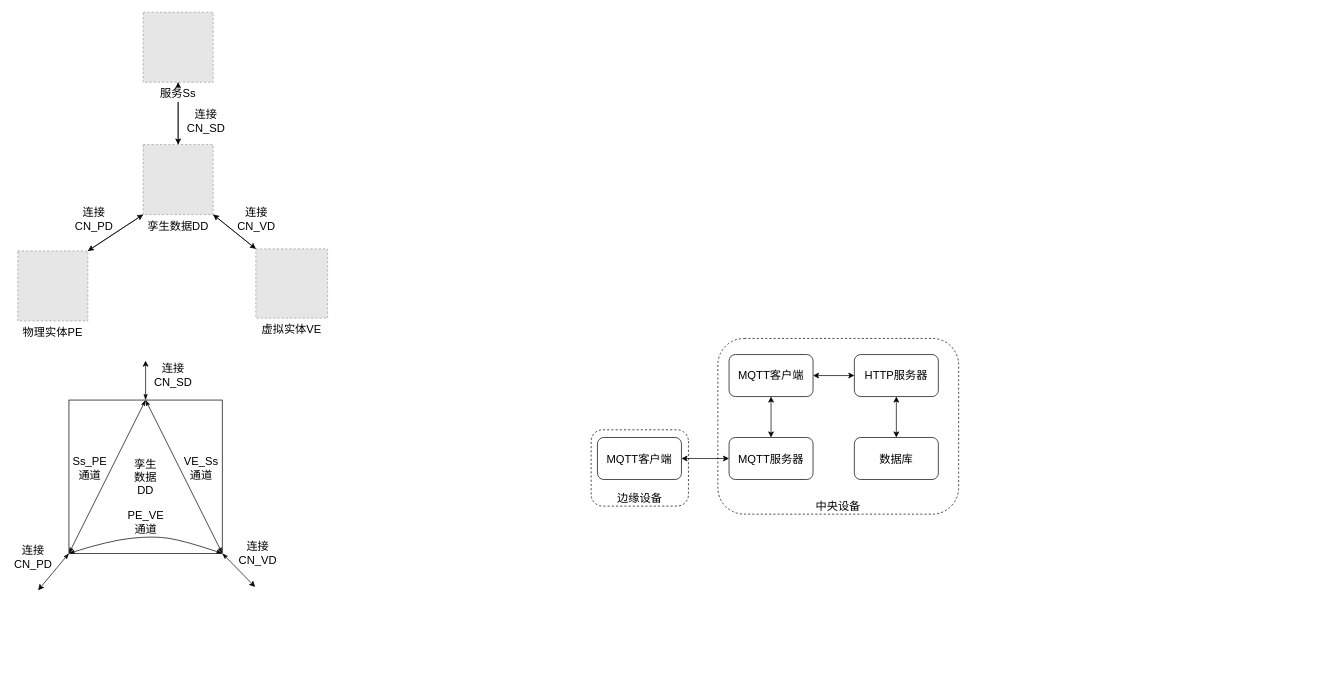
The draw.io diagram 数字孪生模型.drawio in lilingkang/drawio-files, before the edit. Source tidied: cells renumbered, new cells numbered last; positions are measured from the earlier drawing's top-left corner, leaving out a move shared by most shapes. Both pictures are drawn from the tidied source at 70%, with x=0, y=0 at pixel (12, 12). Pictures stored in the file or linked from it are replaced by grey dashed boxes.
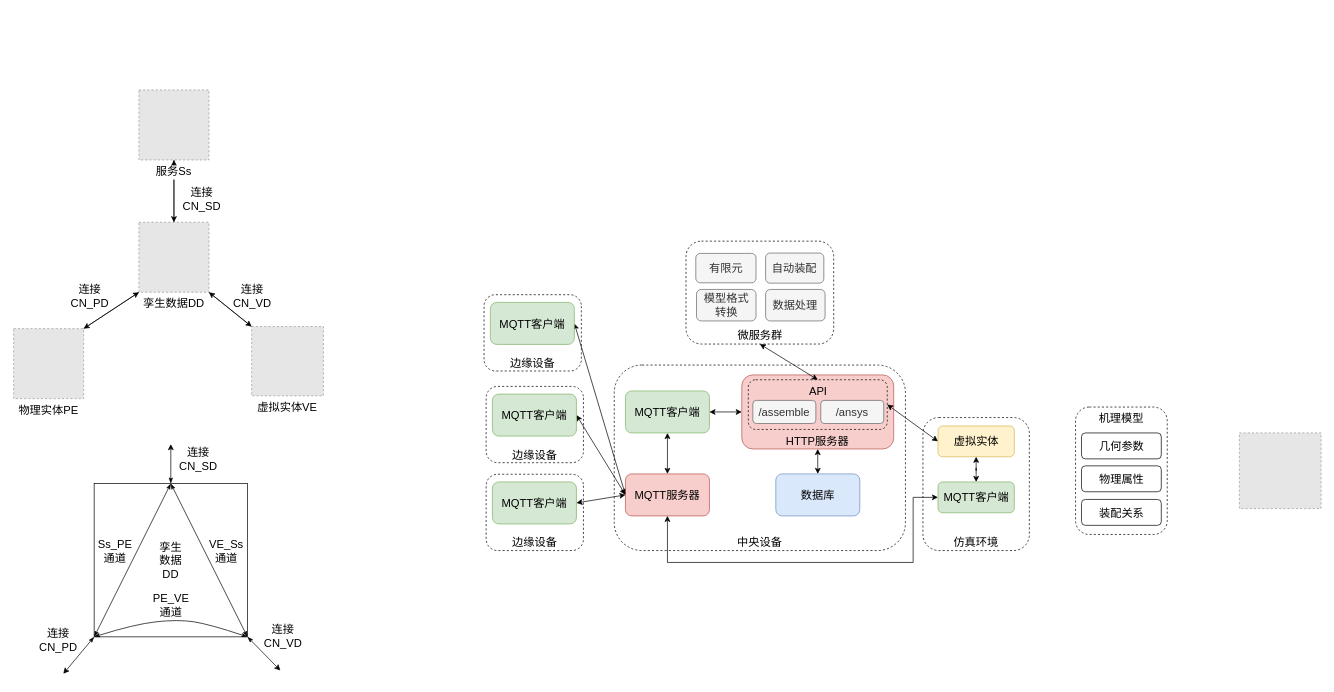
The same diagram, later.

Commit message:
更新数字孪生模型.drawio

The edit, as a diff of the source:
```diff
@@
     <mxCell id="2" value="&lt;font style=&quot;font-size: 16px;&quot;&gt;边缘设备&lt;/font&gt;" style="rounded=1;whiteSpace=wrap;html=1;direction=south;dashed=1;verticalAlign=bottom;" parent="1" vertex="1">
-      <mxGeometry x="827" y="596.5" width="139" height="109" as="geometry" />
+      <mxGeometry x="674" y="403.5" width="139" height="109" as="geometry" />
     </mxCell>
     <mxCell id="3" value="中央设备" style="rounded=1;whiteSpace=wrap;html=1;fontSize=16;verticalAlign=bottom;dashed=1;" parent="1" vertex="1">
-      <mxGeometry x="1008" y="466" width="344" height="251" as="geometry" />
+      <mxGeometry x="860" y="504" width="416" height="265" as="geometry" />
     </mxCell>
@@
     <mxCell id="5" value="物理实体PE" style="fillColor=#E6E6E6;strokeColor=#999999;dashed=1;verticalLabelPosition=bottom;verticalAlign=top;fontStyle=0;fontSize=16;" parent="1" vertex="1">
-      <mxGeometry x="8" y="341" width="100" height="100" as="geometry" />
+      <mxGeometry x="2" y="452" width="100" height="100" as="geometry" />
     </mxCell>
@@
     <mxCell id="9" value="孪生数据DD" style="fillColor=#E6E6E6;strokeColor=#999999;dashed=1;verticalLabelPosition=bottom;verticalAlign=top;fontSize=16;" parent="1" vertex="1">
-      <mxGeometry x="187" y="189" width="100" height="100" as="geometry" />
+      <mxGeometry x="181" y="300" width="100" height="100" as="geometry" />
     </mxCell>
@@
     <mxCell id="11" value="虚拟实体VE" style="fillColor=#E6E6E6;strokeColor=#999999;dashed=1;verticalLabelPosition=bottom;labelBackgroundColor=default;verticalAlign=top;fontSize=16;" parent="1" vertex="1">
-      <mxGeometry x="348" y="338" width="102.5" height="99" as="geometry" />
+      <mxGeometry x="342" y="449" width="102.5" height="99" as="geometry" />
     </mxCell>
@@
     <mxCell id="13" value="服务Ss" style="fillColor=#E6E6E6;strokeColor=#999999;dashed=1;verticalLabelPosition=bottom;labelBackgroundColor=default;verticalAlign=top;fontSize=16;" parent="1" vertex="1">
-      <mxGeometry x="187" width="100" height="100" as="geometry" />
+      <mxGeometry x="181" y="111" width="100" height="100" as="geometry" />
     </mxCell>
     <mxCell id="14" value="连接CN_PD" style="text;html=1;strokeColor=none;fillColor=none;align=center;verticalAlign=middle;whiteSpace=wrap;rounded=0;strokeWidth=1;fontSize=16;" parent="1" vertex="1">
-      <mxGeometry x="87" y="280" width="60" height="30" as="geometry" />
+      <mxGeometry x="81" y="391" width="60" height="30" as="geometry" />
     </mxCell>
     <mxCell id="15" value="连接CN_VD" style="text;html=1;strokeColor=none;fillColor=none;align=center;verticalAlign=middle;whiteSpace=wrap;rounded=0;strokeWidth=1;fontSize=16;" parent="1" vertex="1">
-      <mxGeometry x="319" y="280" width="60" height="30" as="geometry" />
+      <mxGeometry x="313" y="391" width="60" height="30" as="geometry" />
     </mxCell>
     <mxCell id="16" value="连接CN_SD" style="text;html=1;strokeColor=none;fillColor=none;align=center;verticalAlign=middle;whiteSpace=wrap;rounded=0;strokeWidth=1;fontSize=16;" parent="1" vertex="1">
-      <mxGeometry x="247" y="141" width="60" height="30" as="geometry" />
+      <mxGeometry x="241" y="252" width="60" height="30" as="geometry" />
     </mxCell>
     <mxCell id="17" style="edgeStyle=none;rounded=0;jettySize=auto;html=1;fontSize=16;startArrow=classicThin;startFill=1;endArrow=classic;endFill=1;" parent="1" edge="1" source="20">
       <mxGeometry relative="1" as="geometry">
-        <mxPoint x="190.5" y="497.7" as="targetPoint" />
+        <mxPoint x="226.5" y="617" as="targetPoint" />
       </mxGeometry>
     </mxCell>
     <mxCell id="18" style="edgeStyle=none;rounded=0;jettySize=auto;html=1;exitX=1;exitY=1;exitDx=0;exitDy=0;fontSize=16;startArrow=classicThin;startFill=1;endArrow=classic;endFill=1;" parent="1" edge="1" source="20">
       <mxGeometry relative="1" as="geometry">
-        <mxPoint x="347" y="821" as="targetPoint" />
+        <mxPoint x="383" y="940.3" as="targetPoint" />
       </mxGeometry>
     </mxCell>
     <mxCell id="19" style="edgeStyle=none;rounded=0;jettySize=auto;html=1;exitX=0;exitY=1;exitDx=0;exitDy=0;fontSize=16;startArrow=classicThin;startFill=1;endArrow=classic;endFill=1;" parent="1" edge="1" source="20">
       <mxGeometry relative="1" as="geometry">
-        <mxPoint x="37" y="825.7" as="targetPoint" />
+        <mxPoint x="73" y="945" as="targetPoint" />
       </mxGeometry>
     </mxCell>
     <mxCell id="20" value="孪生&lt;br&gt;数据&lt;br&gt;DD" style="whiteSpace=wrap;html=1;strokeWidth=1;fontSize=16;" parent="1" vertex="1">
-      <mxGeometry x="81" y="554" width="219" height="219" as="geometry" />
+      <mxGeometry x="117" y="673.3" width="219" height="219" as="geometry" />
     </mxCell>
@@
     <mxCell id="23" style="curved=1;endArrow=classicThin;html=1;rounded=0;fontSize=16;exitX=0;exitY=1;exitDx=0;exitDy=0;entryX=1;entryY=1;entryDx=0;entryDy=0;endFill=1;startArrow=classicThin;startFill=1;" parent="1" edge="1" source="20" target="20">
       <mxGeometry relative="1" as="geometry">
         <Array as="points">
-          <mxPoint x="138" y="755" />
-          <mxPoint x="201" y="748" />
-          <mxPoint x="246" y="755" />
+          <mxPoint x="174" y="874.3" />
+          <mxPoint x="237" y="867.3" />
+          <mxPoint x="282" y="874.3" />
         </Array>
       </mxGeometry>
     </mxCell>
     <mxCell id="24" value="Ss_PE通道" style="text;html=1;strokeColor=none;fillColor=none;align=center;verticalAlign=middle;whiteSpace=wrap;rounded=0;strokeWidth=1;fontSize=16;" parent="1" vertex="1">
-      <mxGeometry x="81" y="636" width="60" height="30" as="geometry" />
+      <mxGeometry x="117" y="755.3" width="60" height="30" as="geometry" />
     </mxCell>
     <mxCell id="25" value="PE_VE通道" style="text;html=1;strokeColor=none;fillColor=none;align=center;verticalAlign=middle;whiteSpace=wrap;rounded=0;strokeWidth=1;fontSize=16;" parent="1" vertex="1">
-      <mxGeometry x="160.5" y="713" width="60" height="30" as="geometry" />
+      <mxGeometry x="196.5" y="832.3" width="60" height="30" as="geometry" />
     </mxCell>
     <mxCell id="26" value="VE_Ss通道" style="text;html=1;strokeColor=none;fillColor=none;align=center;verticalAlign=middle;whiteSpace=wrap;rounded=0;strokeWidth=1;fontSize=16;" parent="1" vertex="1">
-      <mxGeometry x="240" y="636" width="60" height="30" as="geometry" />
+      <mxGeometry x="276" y="755.3" width="60" height="30" as="geometry" />
     </mxCell>
     <mxCell id="27" value="连接CN_PD" style="text;html=1;strokeColor=none;fillColor=none;align=center;verticalAlign=middle;whiteSpace=wrap;rounded=0;strokeWidth=1;fontSize=16;" parent="1" vertex="1">
-      <mxGeometry y="763" width="60" height="30" as="geometry" />
+      <mxGeometry x="36" y="882.3" width="60" height="30" as="geometry" />
     </mxCell>
     <mxCell id="28" value="连接CN_VD" style="text;html=1;strokeColor=none;fillColor=none;align=center;verticalAlign=middle;whiteSpace=wrap;rounded=0;strokeWidth=1;fontSize=16;" parent="1" vertex="1">
-      <mxGeometry x="321" y="758" width="60" height="30" as="geometry" />
+      <mxGeometry x="357" y="877.3" width="60" height="30" as="geometry" />
     </mxCell>
     <mxCell id="29" value="连接CN_SD" style="text;html=1;strokeColor=none;fillColor=none;align=center;verticalAlign=middle;whiteSpace=wrap;rounded=0;strokeWidth=1;fontSize=16;" parent="1" vertex="1">
-      <mxGeometry x="200" y="504" width="60" height="30" as="geometry" />
+      <mxGeometry x="236" y="623.3" width="60" height="30" as="geometry" />
     </mxCell>
-    <mxCell id="30" style="edgeStyle=orthogonalEdgeStyle;rounded=0;jettySize=auto;html=1;entryX=0;entryY=0.5;entryDx=0;entryDy=0;fontSize=16;startArrow=classic;startFill=1;" parent="1" edge="1" source="38" target="31">
+    <mxCell id="30" style="rounded=0;jettySize=auto;html=1;entryX=0;entryY=0.5;entryDx=0;entryDy=0;fontSize=16;startArrow=classic;startFill=1;exitX=1;exitY=0.5;exitDx=0;exitDy=0;" parent="1" edge="1" source="38" target="31">
       <mxGeometry relative="1" as="geometry" />
     </mxCell>
-    <mxCell id="31" value="MQTT服务器" style="rounded=1;whiteSpace=wrap;html=1;fontSize=16;" parent="1" vertex="1">
-      <mxGeometry x="1024" y="607.5" width="120" height="60" as="geometry" />
+    <mxCell id="31" value="MQTT服务器" style="rounded=1;whiteSpace=wrap;html=1;fontSize=16;fillColor=#f8cecc;strokeColor=#b85450;" parent="1" vertex="1">
+      <mxGeometry x="876" y="659.5" width="120" height="60" as="geometry" />
     </mxCell>
@@
-    <mxCell id="33" value="HTTP服务器" style="rounded=1;whiteSpace=wrap;html=1;fontSize=16;" parent="1" vertex="1">
-      <mxGeometry x="1203" y="489" width="120" height="60" as="geometry" />
+    <mxCell id="33" value="HTTP服务器" style="rounded=1;whiteSpace=wrap;html=1;fontSize=16;verticalAlign=bottom;fillColor=#f8cecc;strokeColor=#b85450;" parent="1" vertex="1">
+      <mxGeometry x="1042.2" y="518.1" width="217" height="105.8" as="geometry" />
     </mxCell>
@@
-    <mxCell id="36" value="MQTT客户端" style="rounded=1;whiteSpace=wrap;html=1;fontSize=16;" parent="1" vertex="1">
-      <mxGeometry x="1024" y="489" width="120" height="60" as="geometry" />
+    <mxCell id="36" value="MQTT客户端" style="rounded=1;whiteSpace=wrap;html=1;fontSize=16;fillColor=#d5e8d4;strokeColor=#82b366;" parent="1" vertex="1">
+      <mxGeometry x="876" y="541" width="120" height="60" as="geometry" />
     </mxCell>
-    <mxCell id="37" value="数据库" style="rounded=1;whiteSpace=wrap;html=1;fontSize=16;" parent="1" vertex="1">
-      <mxGeometry x="1203" y="607.5" width="120" height="60" as="geometry" />
+    <mxCell id="37" value="数据库" style="rounded=1;whiteSpace=wrap;html=1;fontSize=16;fillColor=#dae8fc;strokeColor=#6c8ebf;" parent="1" vertex="1">
+      <mxGeometry x="1090.8" y="659.5" width="120" height="60" as="geometry" />
     </mxCell>
-    <mxCell id="38" value="MQTT客户端" style="rounded=1;whiteSpace=wrap;html=1;fontSize=16;" parent="1" vertex="1">
-      <mxGeometry x="836" y="607.5" width="120" height="60" as="geometry" />
+    <mxCell id="38" value="MQTT客户端" style="rounded=1;whiteSpace=wrap;html=1;fontSize=16;fillColor=#d5e8d4;strokeColor=#82b366;" parent="1" vertex="1">
+      <mxGeometry x="683" y="414.5" width="120" height="60" as="geometry" />
     </mxCell>
+    <mxCell id="39" value="&lt;font style=&quot;font-size: 16px;&quot;&gt;边缘设备&lt;/font&gt;" style="rounded=1;whiteSpace=wrap;html=1;direction=south;dashed=1;verticalAlign=bottom;" parent="1" vertex="1">
+      <mxGeometry x="677" y="534.5" width="139" height="109" as="geometry" />
+    </mxCell>
+    <mxCell id="40" style="edgeStyle=none;rounded=0;jettySize=auto;html=1;exitX=1;exitY=0.5;exitDx=0;exitDy=0;entryX=0;entryY=0.5;entryDx=0;entryDy=0;startArrow=classic;startFill=1;" parent="1" edge="1" source="41" target="31">
+      <mxGeometry relative="1" as="geometry" />
+    </mxCell>
+    <mxCell id="41" value="MQTT客户端" style="rounded=1;whiteSpace=wrap;html=1;fontSize=16;fillColor=#d5e8d4;strokeColor=#82b366;" parent="1" vertex="1">
+      <mxGeometry x="686" y="545.5" width="120" height="60" as="geometry" />
+    </mxCell>
+    <mxCell id="42" value="&lt;font style=&quot;font-size: 16px;&quot;&gt;边缘设备&lt;/font&gt;" style="rounded=1;whiteSpace=wrap;html=1;direction=south;dashed=1;verticalAlign=bottom;" parent="1" vertex="1">
+      <mxGeometry x="677" y="660" width="139" height="109" as="geometry" />
+    </mxCell>
+    <mxCell id="43" style="edgeStyle=none;rounded=0;jettySize=auto;html=1;exitX=1;exitY=0.5;exitDx=0;exitDy=0;entryX=0;entryY=0.5;entryDx=0;entryDy=0;startArrow=classic;startFill=1;" parent="1" edge="1" source="44" target="31">
+      <mxGeometry relative="1" as="geometry" />
+    </mxCell>
+    <mxCell id="44" value="MQTT客户端" style="rounded=1;whiteSpace=wrap;html=1;fontSize=16;fillColor=#d5e8d4;strokeColor=#82b366;" parent="1" vertex="1">
+      <mxGeometry x="686" y="671" width="120" height="60" as="geometry" />
+    </mxCell>
+    <mxCell id="45" value="&lt;span style=&quot;font-size: 16px;&quot;&gt;/assemble&lt;/span&gt;" style="rounded=1;whiteSpace=wrap;html=1;fillColor=#f5f5f5;fontColor=#333333;strokeColor=#666666;" parent="1" vertex="1">
+      <mxGeometry x="1058" y="554.5" width="90" height="33" as="geometry" />
+    </mxCell>
+    <mxCell id="46" value="&lt;span style=&quot;font-size: 16px;&quot;&gt;/ansys&lt;/span&gt;" style="rounded=1;whiteSpace=wrap;html=1;fillColor=#f5f5f5;fontColor=#333333;strokeColor=#666666;" parent="1" vertex="1">
+      <mxGeometry x="1155" y="554.5" width="90" height="33" as="geometry" />
+    </mxCell>
+    <mxCell id="47" style="edgeStyle=none;rounded=0;jettySize=auto;html=1;exitX=0.5;exitY=1;exitDx=0;exitDy=0;entryX=0.5;entryY=0;entryDx=0;entryDy=0;fontSize=16;startArrow=classic;startFill=1;" parent="1" edge="1" source="48" target="51">
+      <mxGeometry relative="1" as="geometry" />
+    </mxCell>
+    <mxCell id="48" value="微服务群" style="rounded=1;whiteSpace=wrap;html=1;fontSize=16;dashed=1;verticalAlign=bottom;" parent="1" vertex="1">
+      <mxGeometry x="962.5" y="327" width="211" height="147" as="geometry" />
+    </mxCell>
+    <mxCell id="49" value="有限元" style="rounded=1;whiteSpace=wrap;html=1;fontSize=16;fillColor=#f5f5f5;fontColor=#333333;strokeColor=#666666;" parent="1" vertex="1">
+      <mxGeometry x="976.5" y="344.5" width="86" height="42" as="geometry" />
+    </mxCell>
+    <mxCell id="50" value="自动装配" style="rounded=1;whiteSpace=wrap;html=1;fontSize=16;fillColor=#f5f5f5;fontColor=#333333;strokeColor=#666666;" parent="1" vertex="1">
+      <mxGeometry x="1076.2" y="344" width="83.2" height="43" as="geometry" />
+    </mxCell>
+    <mxCell id="51" value="API" style="rounded=1;whiteSpace=wrap;html=1;fontSize=16;fillColor=none;dashed=1;verticalAlign=top;" parent="1" vertex="1">
+      <mxGeometry x="1051.5" y="525" width="198.5" height="71" as="geometry" />
+    </mxCell>
+    <mxCell id="52" value="模型格式&lt;br&gt;转换" style="rounded=1;whiteSpace=wrap;html=1;fontSize=16;fillColor=#f5f5f5;fontColor=#333333;strokeColor=#666666;" parent="1" vertex="1">
+      <mxGeometry x="977.5" y="396" width="85" height="45" as="geometry" />
+    </mxCell>
+    <mxCell id="53" value="数据处理" style="rounded=1;whiteSpace=wrap;html=1;fontSize=16;fillColor=#f5f5f5;fontColor=#333333;strokeColor=#666666;" parent="1" vertex="1">
+      <mxGeometry x="1076.2" y="396" width="85" height="45" as="geometry" />
+    </mxCell>
+    <mxCell id="54" value="仿真环境" style="rounded=1;whiteSpace=wrap;html=1;fontSize=16;verticalAlign=bottom;dashed=1;" parent="1" vertex="1">
+      <mxGeometry x="1301" y="579" width="152" height="190" as="geometry" />
+    </mxCell>
+    <mxCell id="55" style="edgeStyle=none;rounded=0;jettySize=auto;html=1;exitX=0;exitY=0.5;exitDx=0;exitDy=0;entryX=1;entryY=0.5;entryDx=0;entryDy=0;fontSize=16;startArrow=classic;startFill=1;" parent="1" edge="1" source="56" target="51">
+      <mxGeometry relative="1" as="geometry" />
+    </mxCell>
+    <mxCell id="56" value="虚拟实体" style="rounded=1;whiteSpace=wrap;html=1;fontSize=16;fillColor=#fff2cc;strokeColor=#d6b656;" parent="1" vertex="1">
+      <mxGeometry x="1322.5" y="591" width="109" height="44" as="geometry" />
+    </mxCell>
+    <mxCell id="57" style="edgeStyle=orthogonalEdgeStyle;rounded=0;jettySize=auto;html=1;exitX=0;exitY=0.5;exitDx=0;exitDy=0;entryX=0.5;entryY=1;entryDx=0;entryDy=0;fontSize=16;startArrow=classic;startFill=1;" parent="1" edge="1" source="59" target="31">
+      <mxGeometry relative="1" as="geometry">
+        <Array as="points">
+          <mxPoint x="1287" y="693" />
+          <mxPoint x="1287" y="786" />
+          <mxPoint x="936" y="786" />
+        </Array>
+      </mxGeometry>
+    </mxCell>
+    <mxCell id="58" style="edgeStyle=orthogonalEdgeStyle;rounded=0;jettySize=auto;html=1;fontSize=16;startArrow=classic;startFill=1;" parent="1" edge="1" source="59" target="56">
+      <mxGeometry relative="1" as="geometry" />
+    </mxCell>
+    <mxCell id="59" value="MQTT客户端" style="rounded=1;whiteSpace=wrap;html=1;fontSize=16;fillColor=#d5e8d4;strokeColor=#82b366;" parent="1" vertex="1">
+      <mxGeometry x="1322.5" y="671" width="109" height="44" as="geometry" />
+    </mxCell>
+    <mxCell id="60" value="机理模型" style="rounded=1;whiteSpace=wrap;html=1;dashed=1;fontSize=16;fillColor=none;verticalAlign=top;" parent="1" vertex="1">
+      <mxGeometry x="1519" y="564" width="131" height="182" as="geometry" />
+    </mxCell>
+    <mxCell id="61" value="几何参数" style="rounded=1;whiteSpace=wrap;html=1;fontSize=16;fillColor=none;" parent="1" vertex="1">
+      <mxGeometry x="1527.5" y="601" width="114" height="37" as="geometry" />
+    </mxCell>
+    <mxCell id="62" value="物理属性" style="rounded=1;whiteSpace=wrap;html=1;fontSize=16;fillColor=none;" parent="1" vertex="1">
+      <mxGeometry x="1527.5" y="648" width="114" height="37" as="geometry" />
+    </mxCell>
+    <mxCell id="63" value="装配关系" style="rounded=1;whiteSpace=wrap;html=1;fontSize=16;fillColor=none;" parent="1" vertex="1">
+      <mxGeometry x="1527.5" y="696" width="114" height="37" as="geometry" />
+    </mxCell>
+    <mxCell id="64" style="fillColor=#E6E6E6;strokeColor=#999999;dashed=1;verticalLabelPosition=bottom;labelBackgroundColor=default;verticalAlign=top;" parent="1" vertex="1">
+      <mxGeometry x="1753" y="600.9" width="116.8" height="108.2" as="geometry" />
+    </mxCell>
```
